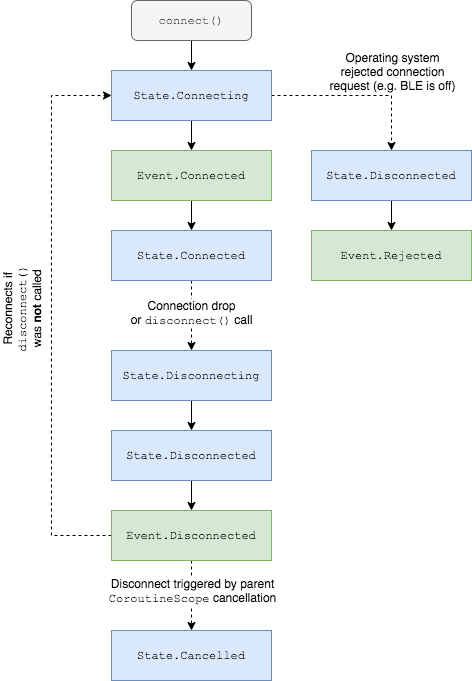
JuulLabs/able keeps this draw.io diagram as keep-alive/artwork/state-and-event-flow.png. Above is the earlier version. Source tidied: cells renumbered, new cells last; positions are measured from the earlier drawing's top-left corner, leaving out a move shared by most shapes.
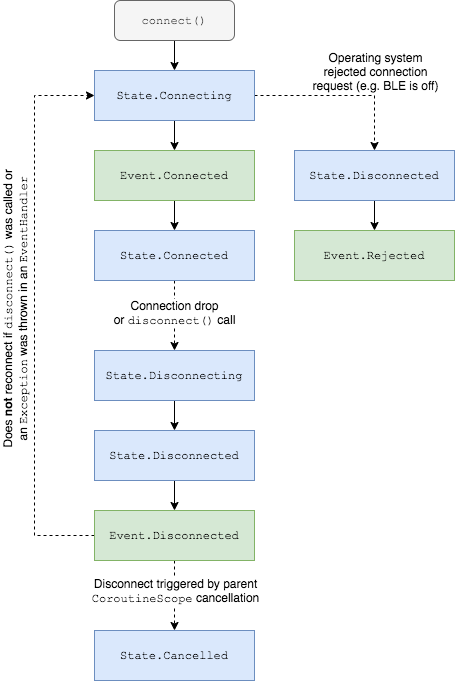
The same file after the commit.

Commit message:
Update state and event flow diagram

What changed in the source:
```diff
@@ -27,9 +27,9 @@
         </Array>
       </mxGeometry>
     </mxCell>
-    <mxCell id="8" value="Reconnects if&lt;br style=&quot;font-size: 12px;&quot;&gt;&lt;font face=&quot;Courier New&quot; style=&quot;font-size: 12px;&quot;&gt;disconnect()&lt;/font&gt;&lt;br style=&quot;font-size: 12px;&quot;&gt;was &lt;b style=&quot;font-size: 12px;&quot;&gt;not&lt;/b&gt;&amp;nbsp;called" style="edgeLabel;html=1;align=center;verticalAlign=middle;rotation=270;fontSize=12;" parent="7" vertex="1">
+    <mxCell id="8" value="Does &lt;b&gt;not&lt;/b&gt; reconnect if&amp;nbsp;&lt;font face=&quot;Courier New&quot; style=&quot;font-size: 12px&quot;&gt;disconnect()&lt;/font&gt;&amp;nbsp;was&amp;nbsp;called or&lt;br&gt;an &lt;font face=&quot;Courier New&quot;&gt;Exception&lt;/font&gt; was thrown in an &lt;font face=&quot;Courier New&quot;&gt;EventHandler&lt;/font&gt;" style="edgeLabel;html=1;align=center;verticalAlign=middle;rotation=270;fontSize=12;" parent="7" vertex="1">
       <mxGeometry x="0.06" relative="1" as="geometry">
-        <mxPoint x="-30" y="11" as="offset" />
+        <mxPoint x="-20" y="11" as="offset" />
       </mxGeometry>
     </mxCell>
     <mxCell id="9" value="Event.Disconnected" style="rounded=0;whiteSpace=wrap;html=1;fontFamily=Courier New;fillColor=#d5e8d4;strokeColor=#82b366;" parent="1" vertex="1">
```
